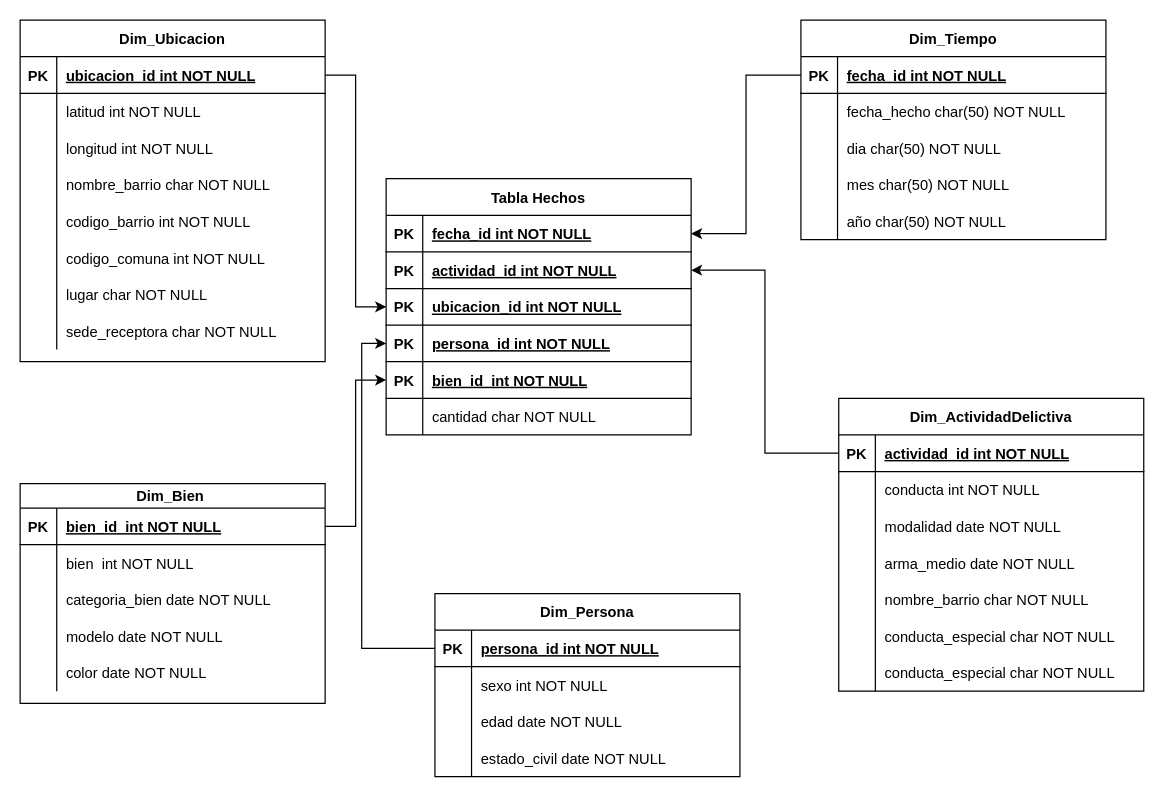
Before: Diagrama sin título.drawio in JonhNino/Book-s, a draw.io diagram. Source tidied: cells renumbered, new cells numbered last; positions are measured from the earlier drawing's top-left corner, leaving out a move shared by most shapes. Both pictures are drawn from the tidied source at 122%, with x=0, y=0 at pixel (20, 20).
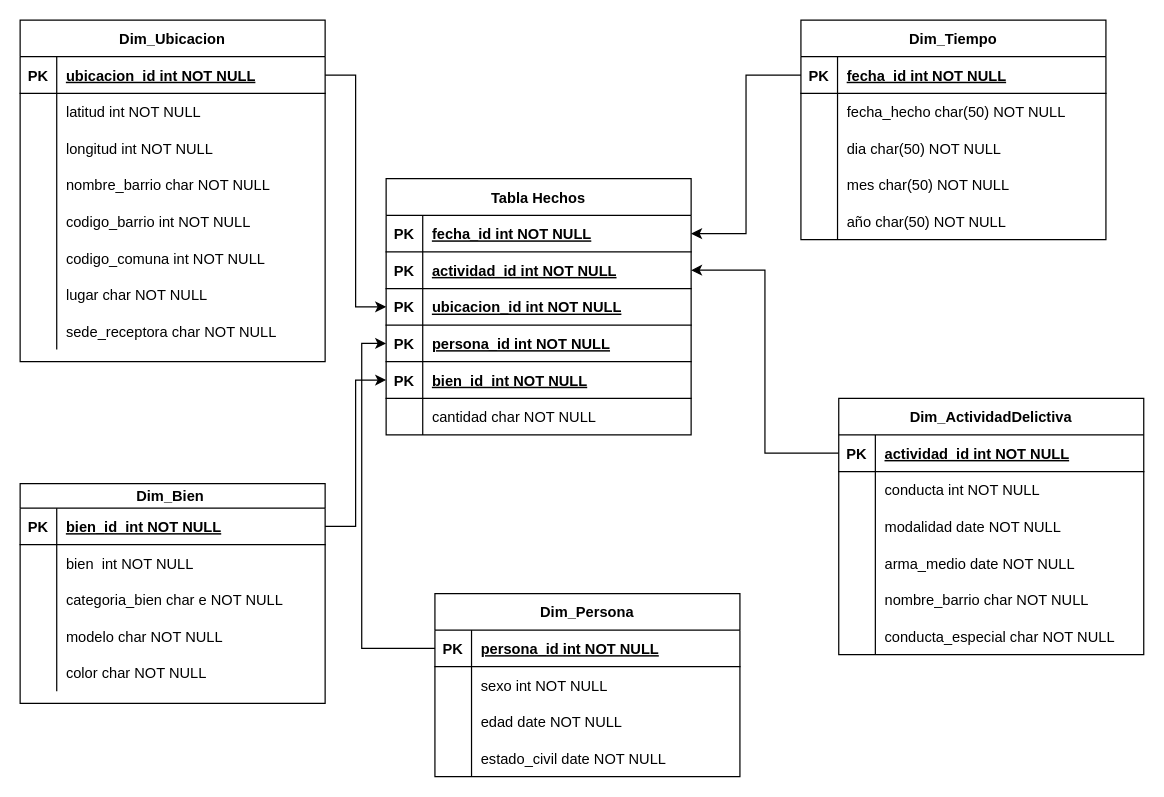
The same page after the edit.

Unchanged cells that the change refers to:
```xml
<mxCell id="85" style="shape=partialRectangle;fillColor=none;top=0;left=0;right=0;bottom=0;" parent="78" vertex="1">
  <mxGeometry y="80" width="250" height="30" as="geometry" />
</mxCell>
<mxCell id="88" style="shape=partialRectangle;fillColor=none;top=0;left=0;right=0;bottom=0;" parent="78" vertex="1">
  <mxGeometry y="110" width="250" height="30" as="geometry" />
</mxCell>
<mxCell id="91" style="shape=partialRectangle;fillColor=none;top=0;left=0;right=0;bottom=0;" parent="78" vertex="1">
  <mxGeometry y="140" width="250" height="30" as="geometry" />
</mxCell>
```

What changed in the source:
```diff
@@
     <mxCell id="27" value="Dim_ActividadDelictiva" style="shape=table;startSize=30;childLayout=tableLayout;rowLines=0;fontStyle=1;align=center;" parent="1" vertex="1">
-      <mxGeometry x="671" y="310" width="250" height="240" as="geometry" />
+      <mxGeometry x="671" y="310" width="250" height="210" as="geometry" />
     </mxCell>
@@
-    <mxCell id="46" style="shape=partialRectangle;fillColor=none;top=0;left=0;right=0;bottom=0;" parent="27" vertex="1">
-      <mxGeometry y="210" width="250" height="30" as="geometry" />
-    </mxCell>
-    <mxCell id="47" style="shape=partialRectangle;overflow=hidden;fillColor=none;top=0;left=0;bottom=0;right=0;" parent="46" vertex="1">
-      <mxGeometry width="30" height="30" as="geometry" />
-    </mxCell>
-    <mxCell id="48" value="conducta_especial char NOT NULL" style="shape=partialRectangle;overflow=hidden;fillColor=none;top=0;left=0;bottom=0;right=0;align=left;spacingLeft=6;" parent="46" vertex="1">
-      <mxGeometry x="30" width="220" height="30" as="geometry" />
-    </mxCell>
@@
-    <mxCell id="87" value="categoria_bien date NOT NULL" style="shape=partialRectangle;overflow=hidden;fillColor=none;top=0;left=0;bottom=0;right=0;align=left;spacingLeft=6;" parent="85" vertex="1">
+    <mxCell id="87" value="categoria_bien char e NOT NULL" style="shape=partialRectangle;overflow=hidden;fillColor=none;top=0;left=0;bottom=0;right=0;align=left;spacingLeft=6;" parent="85" vertex="1">
       <mxGeometry x="30" width="220" height="30" as="geometry" />
     </mxCell>
@@
-    <mxCell id="90" value="modelo date NOT NULL" style="shape=partialRectangle;overflow=hidden;fillColor=none;top=0;left=0;bottom=0;right=0;align=left;spacingLeft=6;" parent="88" vertex="1">
+    <mxCell id="90" value="modelo char NOT NULL" style="shape=partialRectangle;overflow=hidden;fillColor=none;top=0;left=0;bottom=0;right=0;align=left;spacingLeft=6;" parent="88" vertex="1">
       <mxGeometry x="30" width="220" height="30" as="geometry" />
     </mxCell>
@@
-    <mxCell id="93" value="color date NOT NULL" style="shape=partialRectangle;overflow=hidden;fillColor=none;top=0;left=0;bottom=0;right=0;align=left;spacingLeft=6;" parent="91" vertex="1">
+    <mxCell id="93" value="color char NOT NULL" style="shape=partialRectangle;overflow=hidden;fillColor=none;top=0;left=0;bottom=0;right=0;align=left;spacingLeft=6;" parent="91" vertex="1">
       <mxGeometry x="30" width="220" height="30" as="geometry" />
     </mxCell>
```
